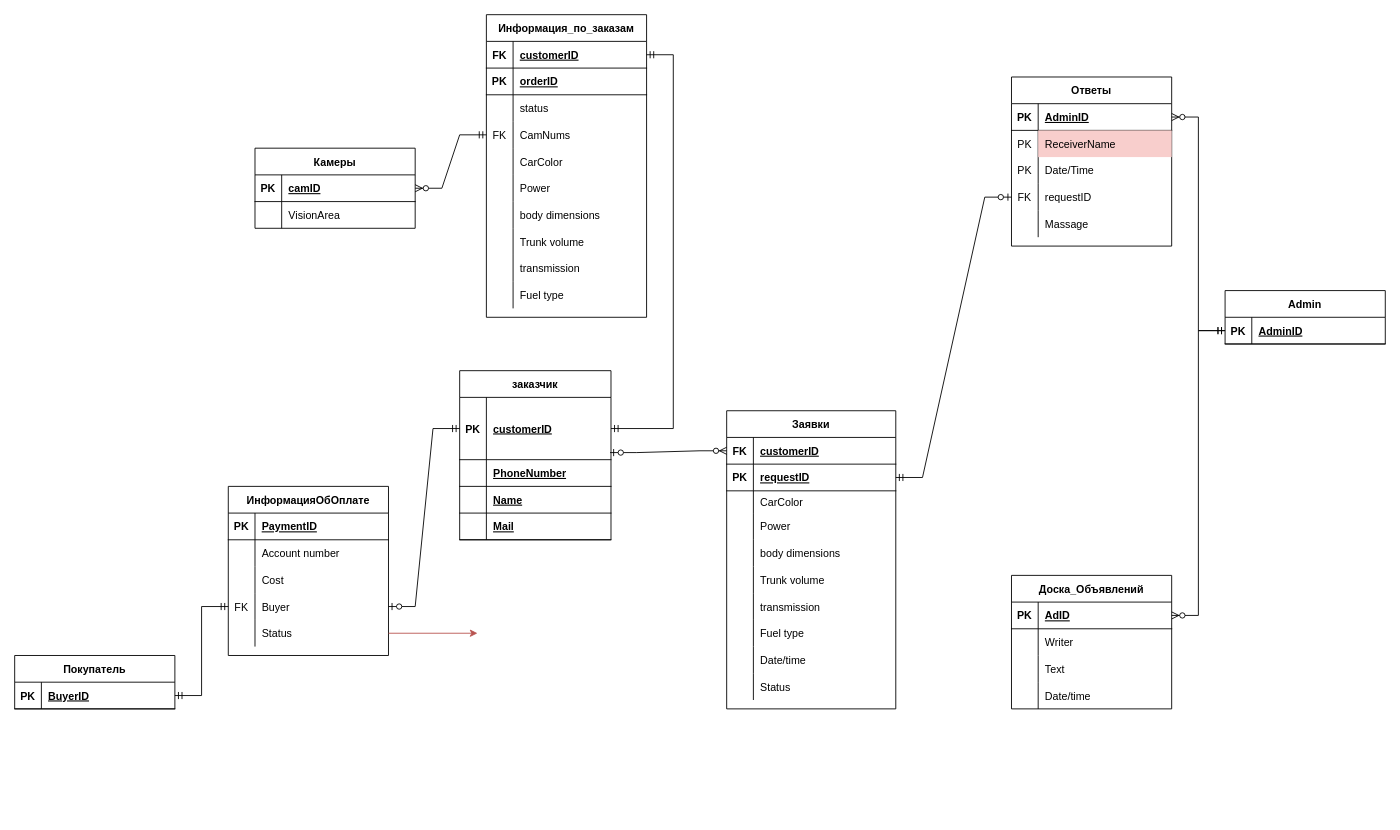
Earlier version of the draw.io diagram DIAGRAMS/ER.drawio (PashkoW/Repository1). Source tidied: cells renumbered, new cells numbered last; positions are measured from the earlier drawing's top-left corner, leaving out a move shared by most shapes. Both pictures are drawn from the tidied source at 89%, with x=0, y=0 at pixel (14, 14).
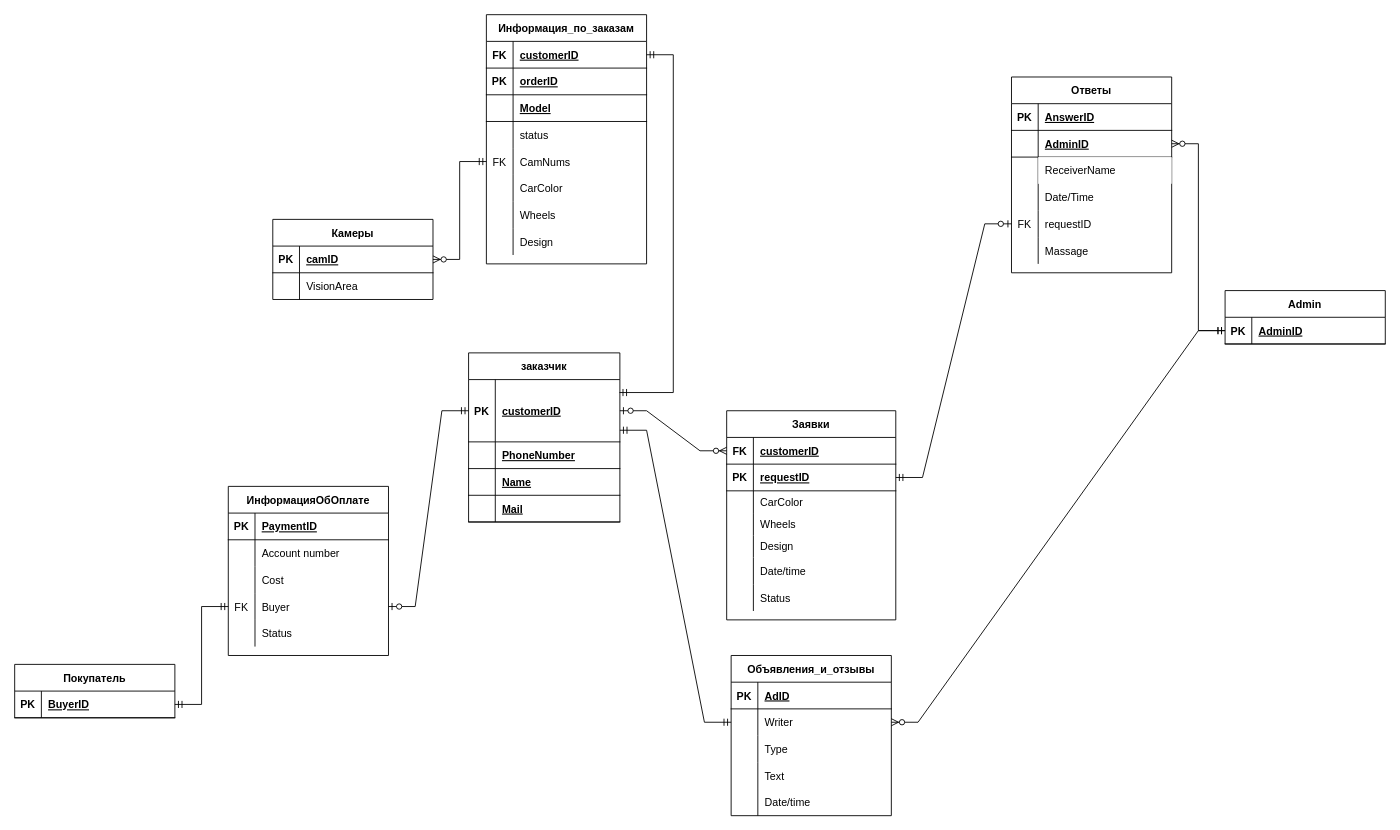
The same diagram, later.

Unchanged cells that the change refers to:
```xml
<mxCell id="3" style="shape=partialRectangle;fillColor=none;top=0;left=0;bottom=1;right=0;points=[[0,0.5],[1,0.5]];portConstraint=eastwest;" parent="2" vertex="1">
  <mxGeometry y="30" width="170" height="70" as="geometry" />
</mxCell>
<mxCell id="32" style="shape=partialRectangle;fillColor=none;top=0;left=0;bottom=1;right=0;points=[[0,0.5],[1,0.5]];portConstraint=eastwest;" parent="31" vertex="1">
  <mxGeometry y="30" width="180" height="30" as="geometry" />
</mxCell>
<mxCell id="50" style="shape=partialRectangle;fillColor=none;top=0;left=0;bottom=0;right=0;" parent="31" vertex="1">
  <mxGeometry y="210" width="180" height="30" as="geometry" />
</mxCell>
<mxCell id="53" style="shape=partialRectangle;fillColor=none;top=0;left=0;bottom=0;right=0;" parent="31" vertex="1">
  <mxGeometry y="240" width="180" height="30" as="geometry" />
</mxCell>
<mxCell id="63" style="shape=partialRectangle;fillColor=none;top=0;left=0;bottom=1;right=0;points=[[0,0.5],[1,0.5]];portConstraint=eastwest;" parent="62" vertex="1">
  <mxGeometry y="30" width="180" height="30" as="geometry" />
</mxCell>
<mxCell id="67" style="shape=partialRectangle;fillColor=none;top=0;left=0;bottom=1;right=0;points=[[0,0.5],[1,0.5]];portConstraint=eastwest;" parent="66" vertex="1">
  <mxGeometry y="30" width="180" height="30" as="geometry" />
</mxCell>
<mxCell id="70" style="shape=partialRectangle;fillColor=none;top=0;left=0;bottom=0;right=0;points=[[0,0.5],[1,0.5]];portConstraint=eastwest;" parent="66" vertex="1">
  <mxGeometry y="60" width="180" height="30" as="geometry" />
</mxCell>
<mxCell id="80" style="shape=partialRectangle;fillColor=none;top=0;left=0;bottom=1;right=0;points=[[0,0.5],[1,0.5]];portConstraint=eastwest;" parent="79" vertex="1">
  <mxGeometry y="30" width="190" height="30" as="geometry" />
</mxCell>
<mxCell id="123" style="shape=partialRectangle;fillColor=none;top=0;left=0;bottom=0;right=0;points=[[0,0.5],[1,0.5]];portConstraint=eastwest;" parent="110" vertex="1">
  <mxGeometry y="150" width="180" height="30" as="geometry" />
</mxCell>
```

What changed in the source:
```diff
@@
     <mxCell id="2" value="заказчик" style="shape=table;startSize=30;childLayout=tableLayout;rowLines=0;fontStyle=1;align=center;" parent="1" vertex="1">
-      <mxGeometry x="500" y="400" width="170" height="190" as="geometry" />
+      <mxGeometry x="510" y="380" width="170" height="190" as="geometry" />
     </mxCell>
@@
     <mxCell id="15" value="Ответы" style="shape=table;startSize=30;childLayout=tableLayout;rowLines=0;fontStyle=1;align=center;" parent="1" vertex="1">
-      <mxGeometry x="1120" y="70" width="180" height="190" as="geometry" />
+      <mxGeometry x="1120" y="70" width="180" height="220" as="geometry" />
     </mxCell>
+    <mxCell id="146" style="shape=partialRectangle;fillColor=none;top=0;left=0;bottom=1;right=0;" parent="15" vertex="1">
+      <mxGeometry y="30" width="180" height="30" as="geometry" />
+    </mxCell>
+    <mxCell id="147" value="PK" style="shape=partialRectangle;fillColor=none;top=0;left=0;bottom=0;right=0;fontStyle=1;overflow=hidden;" parent="146" vertex="1">
+      <mxGeometry width="30" height="30" as="geometry" />
+    </mxCell>
+    <mxCell id="148" value="AnswerID" style="shape=partialRectangle;fillColor=none;top=0;left=0;bottom=0;right=0;align=left;spacingLeft=6;fontStyle=5;overflow=hidden;" parent="146" vertex="1">
+      <mxGeometry x="30" width="150" height="30" as="geometry" />
+    </mxCell>
     <mxCell id="16" style="shape=partialRectangle;fillColor=none;top=0;left=0;bottom=1;right=0;points=[[0,0.5],[1,0.5]];portConstraint=eastwest;" parent="15" vertex="1">
-      <mxGeometry y="30" width="180" height="30" as="geometry" />
+      <mxGeometry y="60" width="180" height="30" as="geometry" />
     </mxCell>
-    <mxCell id="17" value="PK" style="shape=partialRectangle;fillColor=none;top=0;left=0;bottom=0;right=0;fontStyle=1;overflow=hidden;" parent="16" vertex="1">
+    <mxCell id="17" style="shape=partialRectangle;fillColor=none;top=0;left=0;bottom=0;right=0;fontStyle=1;overflow=hidden;" parent="16" vertex="1">
       <mxGeometry width="30" height="30" as="geometry" />
     </mxCell>
@@
     <mxCell id="19" style="shape=partialRectangle;fillColor=none;top=0;left=0;bottom=0;right=0;" parent="15" vertex="1">
-      <mxGeometry y="60" width="180" height="30" as="geometry" />
+      <mxGeometry y="90" width="180" height="30" as="geometry" />
     </mxCell>
-    <mxCell id="20" value="PK" style="shape=partialRectangle;fillColor=none;top=0;left=0;bottom=0;right=0;overflow=hidden;" parent="19" vertex="1">
+    <mxCell id="20" style="shape=partialRectangle;fillColor=none;top=0;left=0;bottom=0;right=0;overflow=hidden;" parent="19" vertex="1">
       <mxGeometry width="30" height="30" as="geometry" />
     </mxCell>
-    <mxCell id="21" value="ReceiverName" style="shape=partialRectangle;fillColor=#f8cecc;top=0;left=0;bottom=0;right=0;align=left;spacingLeft=6;overflow=hidden;strokeColor=#b85450;" parent="19" vertex="1">
+    <mxCell id="21" value="ReceiverName" style="shape=partialRectangle;top=0;left=0;bottom=0;right=0;align=left;spacingLeft=6;overflow=hidden;" parent="19" vertex="1">
       <mxGeometry x="30" width="150" height="30" as="geometry" />
     </mxCell>
     <mxCell id="22" style="shape=partialRectangle;fillColor=none;top=0;left=0;bottom=0;right=0;" parent="15" vertex="1">
-      <mxGeometry y="90" width="180" height="30" as="geometry" />
+      <mxGeometry y="120" width="180" height="30" as="geometry" />
     </mxCell>
-    <mxCell id="23" value="PK" style="shape=partialRectangle;fillColor=none;top=0;left=0;bottom=0;right=0;overflow=hidden;" parent="22" vertex="1">
+    <mxCell id="23" style="shape=partialRectangle;fillColor=none;top=0;left=0;bottom=0;right=0;overflow=hidden;" parent="22" vertex="1">
       <mxGeometry width="30" height="30" as="geometry" />
     </mxCell>
@@
     <mxCell id="25" style="shape=partialRectangle;fillColor=none;top=0;left=0;bottom=0;right=0;points=[[0,0.5],[1,0.5]];portConstraint=eastwest;" parent="15" vertex="1">
-      <mxGeometry y="120" width="180" height="30" as="geometry" />
+      <mxGeometry y="150" width="180" height="30" as="geometry" />
     </mxCell>
@@
     <mxCell id="28" style="shape=partialRectangle;fillColor=none;top=0;left=0;bottom=0;right=0;" parent="15" vertex="1">
-      <mxGeometry y="150" width="180" height="30" as="geometry" />
+      <mxGeometry y="180" width="180" height="30" as="geometry" />
     </mxCell>
@@
     <mxCell id="31" value="Информация_по_заказам" style="shape=table;startSize=30;childLayout=tableLayout;rowLines=0;fontStyle=1;align=center;" parent="1" vertex="1">
-      <mxGeometry x="530" width="180" height="340" as="geometry" />
+      <mxGeometry x="530" width="180" height="280" as="geometry" />
     </mxCell>
@@
+    <mxCell id="149" style="shape=partialRectangle;fillColor=none;top=0;left=0;bottom=1;right=0;" parent="31" vertex="1">
+      <mxGeometry y="90" width="180" height="30" as="geometry" />
+    </mxCell>
+    <mxCell id="150" style="shape=partialRectangle;fillColor=none;top=0;left=0;bottom=0;right=0;fontStyle=1;overflow=hidden;" parent="149" vertex="1">
+      <mxGeometry width="30" height="30" as="geometry" />
+    </mxCell>
+    <mxCell id="151" value="Model" style="shape=partialRectangle;fillColor=none;top=0;left=0;bottom=0;right=0;align=left;spacingLeft=6;fontStyle=5;overflow=hidden;" parent="149" vertex="1">
+      <mxGeometry x="30" width="150" height="30" as="geometry" />
+    </mxCell>
     <mxCell id="38" style="shape=partialRectangle;fillColor=none;top=0;left=0;bottom=0;right=0;" parent="31" vertex="1">
-      <mxGeometry y="90" width="180" height="30" as="geometry" />
+      <mxGeometry y="120" width="180" height="30" as="geometry" />
     </mxCell>
@@
     <mxCell id="41" style="shape=partialRectangle;fillColor=none;top=0;left=0;bottom=0;right=0;points=[[0,0.5],[1,0.5]];portConstraint=eastwest;" parent="31" vertex="1">
-      <mxGeometry y="120" width="180" height="30" as="geometry" />
+      <mxGeometry y="150" width="180" height="30" as="geometry" />
     </mxCell>
@@
     <mxCell id="44" style="shape=partialRectangle;fillColor=none;top=0;left=0;bottom=0;right=0;" parent="31" vertex="1">
-      <mxGeometry y="150" width="180" height="30" as="geometry" />
+      <mxGeometry y="180" width="180" height="30" as="geometry" />
     </mxCell>
@@
-    <mxCell id="47" style="shape=partialRectangle;fillColor=none;top=0;left=0;bottom=0;right=0;" parent="31" vertex="1">
-      <mxGeometry y="180" width="180" height="30" as="geometry" />
-    </mxCell>
-    <mxCell id="48" style="shape=partialRectangle;fillColor=none;top=0;left=0;bottom=0;right=0;overflow=hidden;" parent="47" vertex="1">
-      <mxGeometry width="30" height="30" as="geometry" />
-    </mxCell>
-    <mxCell id="49" value="Power" style="shape=partialRectangle;fillColor=none;top=0;left=0;bottom=0;right=0;align=left;spacingLeft=6;overflow=hidden;" parent="47" vertex="1">
-      <mxGeometry x="30" width="150" height="30" as="geometry" />
-    </mxCell>
@@
-    <mxCell id="51" style="shape=partialRectangle;fillColor=none;top=0;left=0;bottom=0;right=0;overflow=hidden;" parent="50" vertex="1">
-      <mxGeometry width="30" height="30" as="geometry" />
-    </mxCell>
-    <mxCell id="52" value="body dimensions" style="shape=partialRectangle;fillColor=none;top=0;left=0;bottom=0;right=0;align=left;spacingLeft=6;overflow=hidden;" parent="50" vertex="1">
-      <mxGeometry x="30" width="150" height="30" as="geometry" />
-    </mxCell>
+    <mxCell id="152" style="shape=partialRectangle;fillColor=none;top=0;left=0;bottom=0;right=0;overflow=hidden;" parent="50" vertex="1">
+      <mxGeometry width="30" height="30" as="geometry" />
+    </mxCell>
+    <mxCell id="153" value="Wheels" style="shape=partialRectangle;fillColor=none;top=0;left=0;bottom=0;right=0;align=left;spacingLeft=6;overflow=hidden;" parent="50" vertex="1">
+      <mxGeometry x="30" width="150" height="30" as="geometry" />
+    </mxCell>
@@
-    <mxCell id="54" style="shape=partialRectangle;fillColor=none;top=0;left=0;bottom=0;right=0;overflow=hidden;" parent="53" vertex="1">
-      <mxGeometry width="30" height="30" as="geometry" />
-    </mxCell>
-    <mxCell id="55" value="Trunk volume" style="shape=partialRectangle;fillColor=none;top=0;left=0;bottom=0;right=0;align=left;spacingLeft=6;overflow=hidden;" parent="53" vertex="1">
-      <mxGeometry x="30" width="150" height="30" as="geometry" />
-    </mxCell>
-    <mxCell id="56" style="shape=partialRectangle;fillColor=none;top=0;left=0;bottom=0;right=0;" parent="31" vertex="1">
-      <mxGeometry y="270" width="180" height="30" as="geometry" />
-    </mxCell>
-    <mxCell id="57" style="shape=partialRectangle;fillColor=none;top=0;left=0;bottom=0;right=0;overflow=hidden;" parent="56" vertex="1">
-      <mxGeometry width="30" height="30" as="geometry" />
-    </mxCell>
-    <mxCell id="58" value="transmission" style="shape=partialRectangle;fillColor=none;top=0;left=0;bottom=0;right=0;align=left;spacingLeft=6;overflow=hidden;" parent="56" vertex="1">
-      <mxGeometry x="30" width="150" height="30" as="geometry" />
-    </mxCell>
-    <mxCell id="59" style="shape=partialRectangle;fillColor=none;top=0;left=0;bottom=0;right=0;" parent="31" vertex="1">
-      <mxGeometry y="300" width="180" height="30" as="geometry" />
-    </mxCell>
-    <mxCell id="60" style="shape=partialRectangle;fillColor=none;top=0;left=0;bottom=0;right=0;overflow=hidden;" parent="59" vertex="1">
-      <mxGeometry width="30" height="30" as="geometry" />
-    </mxCell>
-    <mxCell id="61" value="Fuel type" style="shape=partialRectangle;fillColor=none;top=0;left=0;bottom=0;right=0;align=left;spacingLeft=6;overflow=hidden;" parent="59" vertex="1">
-      <mxGeometry x="30" width="150" height="30" as="geometry" />
-    </mxCell>
+    <mxCell id="154" style="shape=partialRectangle;fillColor=none;top=0;left=0;bottom=0;right=0;overflow=hidden;" parent="53" vertex="1">
+      <mxGeometry width="30" height="30" as="geometry" />
+    </mxCell>
+    <mxCell id="155" value="Design" style="shape=partialRectangle;fillColor=none;top=0;left=0;bottom=0;right=0;align=left;spacingLeft=6;overflow=hidden;" parent="53" vertex="1">
+      <mxGeometry x="30" width="150" height="30" as="geometry" />
+    </mxCell>
@@
-    <mxCell id="66" value="Доска_Объявлений" style="shape=table;startSize=30;childLayout=tableLayout;rowLines=0;fontStyle=1;align=center;" parent="1" vertex="1">
-      <mxGeometry x="1120" y="630" width="180" height="150" as="geometry" />
+    <mxCell id="66" value="Объявления_и_отзывы" style="shape=table;startSize=30;childLayout=tableLayout;rowLines=0;fontStyle=1;align=center;" parent="1" vertex="1">
+      <mxGeometry x="805" y="720" width="180" height="180" as="geometry" />
     </mxCell>
@@
+    <mxCell id="156" style="shape=partialRectangle;fillColor=none;top=0;left=0;bottom=0;right=0;" parent="66" vertex="1">
+      <mxGeometry y="90" width="180" height="30" as="geometry" />
+    </mxCell>
+    <mxCell id="157" style="shape=partialRectangle;fillColor=none;top=0;left=0;bottom=0;right=0;overflow=hidden;" parent="156" vertex="1">
+      <mxGeometry width="30" height="30" as="geometry" />
+    </mxCell>
+    <mxCell id="158" value="Type" style="shape=partialRectangle;fillColor=none;top=0;left=0;bottom=0;right=0;align=left;spacingLeft=6;overflow=hidden;" parent="156" vertex="1">
+      <mxGeometry x="30" width="150" height="30" as="geometry" />
+    </mxCell>
     <mxCell id="73" style="shape=partialRectangle;fillColor=none;top=0;left=0;bottom=0;right=0;" parent="66" vertex="1">
-      <mxGeometry y="90" width="180" height="30" as="geometry" />
+      <mxGeometry y="120" width="180" height="30" as="geometry" />
     </mxCell>
@@
     <mxCell id="76" style="shape=partialRectangle;fillColor=none;top=0;left=0;bottom=0;right=0;" parent="66" vertex="1">
-      <mxGeometry y="120" width="180" height="30" as="geometry" />
+      <mxGeometry y="150" width="180" height="30" as="geometry" />
     </mxCell>
@@
     <mxCell id="79" value="Заявки" style="shape=table;startSize=30;childLayout=tableLayout;rowLines=0;fontStyle=1;align=center;" parent="1" vertex="1">
-      <mxGeometry x="800" y="445" width="190" height="335" as="geometry" />
+      <mxGeometry x="800" y="445" width="190" height="235" as="geometry" />
     </mxCell>
@@
-    <mxCell id="89" style="shape=partialRectangle;fillColor=none;top=0;left=0;bottom=0;right=0;" parent="79" vertex="1">
-      <mxGeometry y="115" width="190" height="30" as="geometry" />
-    </mxCell>
-    <mxCell id="90" style="shape=partialRectangle;fillColor=none;top=0;left=0;bottom=0;right=0;overflow=hidden;" parent="89" vertex="1">
-      <mxGeometry width="30" height="30" as="geometry" />
-    </mxCell>
-    <mxCell id="91" value="Power" style="shape=partialRectangle;fillColor=none;top=0;left=0;bottom=0;right=0;align=left;spacingLeft=6;overflow=hidden;" parent="89" vertex="1">
-      <mxGeometry x="30" width="160" height="30" as="geometry" />
-    </mxCell>
-    <mxCell id="92" style="shape=partialRectangle;fillColor=none;top=0;left=0;bottom=0;right=0;" parent="79" vertex="1">
-      <mxGeometry y="145" width="190" height="30" as="geometry" />
-    </mxCell>
-    <mxCell id="93" style="shape=partialRectangle;fillColor=none;top=0;left=0;bottom=0;right=0;overflow=hidden;" parent="92" vertex="1">
-      <mxGeometry width="30" height="30" as="geometry" />
-    </mxCell>
-    <mxCell id="94" value="body dimensions" style="shape=partialRectangle;fillColor=none;top=0;left=0;bottom=0;right=0;align=left;spacingLeft=6;overflow=hidden;" parent="92" vertex="1">
-      <mxGeometry x="30" width="160" height="30" as="geometry" />
-    </mxCell>
-    <mxCell id="95" style="shape=partialRectangle;fillColor=none;top=0;left=0;bottom=0;right=0;" parent="79" vertex="1">
-      <mxGeometry y="175" width="190" height="30" as="geometry" />
-    </mxCell>
-    <mxCell id="96" style="shape=partialRectangle;fillColor=none;top=0;left=0;bottom=0;right=0;overflow=hidden;" parent="95" vertex="1">
-      <mxGeometry width="30" height="30" as="geometry" />
-    </mxCell>
-    <mxCell id="97" value="Trunk volume" style="shape=partialRectangle;fillColor=none;top=0;left=0;bottom=0;right=0;align=left;spacingLeft=6;overflow=hidden;" parent="95" vertex="1">
-      <mxGeometry x="30" width="160" height="30" as="geometry" />
-    </mxCell>
-    <mxCell id="98" style="shape=partialRectangle;fillColor=none;top=0;left=0;bottom=0;right=0;" parent="79" vertex="1">
-      <mxGeometry y="205" width="190" height="30" as="geometry" />
-    </mxCell>
-    <mxCell id="99" style="shape=partialRectangle;fillColor=none;top=0;left=0;bottom=0;right=0;overflow=hidden;" parent="98" vertex="1">
-      <mxGeometry width="30" height="30" as="geometry" />
-    </mxCell>
-    <mxCell id="100" value="transmission" style="shape=partialRectangle;fillColor=none;top=0;left=0;bottom=0;right=0;align=left;spacingLeft=6;overflow=hidden;" parent="98" vertex="1">
-      <mxGeometry x="30" width="160" height="30" as="geometry" />
-    </mxCell>
-    <mxCell id="101" style="shape=partialRectangle;fillColor=none;top=0;left=0;bottom=0;right=0;" parent="79" vertex="1">
-      <mxGeometry y="235" width="190" height="30" as="geometry" />
-    </mxCell>
-    <mxCell id="102" style="shape=partialRectangle;fillColor=none;top=0;left=0;bottom=0;right=0;overflow=hidden;" parent="101" vertex="1">
-      <mxGeometry width="30" height="30" as="geometry" />
-    </mxCell>
-    <mxCell id="103" value="Fuel type" style="shape=partialRectangle;fillColor=none;top=0;left=0;bottom=0;right=0;align=left;spacingLeft=6;overflow=hidden;" parent="101" vertex="1">
-      <mxGeometry x="30" width="160" height="30" as="geometry" />
-    </mxCell>
+    <mxCell id="159" style="shape=partialRectangle;fillColor=none;top=0;left=0;bottom=0;right=0;" parent="79" vertex="1">
+      <mxGeometry y="115" width="190" height="25" as="geometry" />
+    </mxCell>
+    <mxCell id="160" style="shape=partialRectangle;fillColor=none;top=0;left=0;bottom=0;right=0;overflow=hidden;" parent="159" vertex="1">
+      <mxGeometry width="30" height="25" as="geometry" />
+    </mxCell>
+    <mxCell id="161" value="Wheels" style="shape=partialRectangle;fillColor=none;top=0;left=0;bottom=0;right=0;align=left;spacingLeft=6;overflow=hidden;" parent="159" vertex="1">
+      <mxGeometry x="30" width="160" height="25" as="geometry" />
+    </mxCell>
+    <mxCell id="162" style="shape=partialRectangle;fillColor=none;top=0;left=0;bottom=0;right=0;" parent="79" vertex="1">
+      <mxGeometry y="140" width="190" height="25" as="geometry" />
+    </mxCell>
+    <mxCell id="163" style="shape=partialRectangle;fillColor=none;top=0;left=0;bottom=0;right=0;overflow=hidden;" parent="162" vertex="1">
+      <mxGeometry width="30" height="25" as="geometry" />
+    </mxCell>
+    <mxCell id="164" value="Design" style="shape=partialRectangle;fillColor=none;top=0;left=0;bottom=0;right=0;align=left;spacingLeft=6;overflow=hidden;" parent="162" vertex="1">
+      <mxGeometry x="30" width="160" height="25" as="geometry" />
+    </mxCell>
     <mxCell id="104" style="shape=partialRectangle;fillColor=none;top=0;left=0;bottom=0;right=0;" parent="79" vertex="1">
-      <mxGeometry y="265" width="190" height="30" as="geometry" />
+      <mxGeometry y="165" width="190" height="30" as="geometry" />
     </mxCell>
@@
     <mxCell id="107" style="shape=partialRectangle;fillColor=none;top=0;left=0;bottom=0;right=0;" parent="79" vertex="1">
-      <mxGeometry y="295" width="190" height="30" as="geometry" />
+      <mxGeometry y="195" width="190" height="30" as="geometry" />
     </mxCell>
@@
     <mxCell id="126" value="Камеры" style="shape=table;startSize=30;childLayout=tableLayout;rowLines=0;fontStyle=1;align=center;" parent="1" vertex="1">
-      <mxGeometry x="270" y="150" width="180" height="90" as="geometry" />
+      <mxGeometry x="290" y="230" width="180" height="90" as="geometry" />
     </mxCell>
@@
     <mxCell id="133" value="Покупатель" style="shape=table;startSize=30;childLayout=tableLayout;rowLines=0;fontStyle=1;align=center;" parent="1" vertex="1">
-      <mxGeometry y="720" width="180" height="60" as="geometry" />
+      <mxGeometry y="730" width="180" height="60" as="geometry" />
     </mxCell>
@@
-    <mxCell id="140" style="edgeStyle=entityRelationEdgeStyle;fontSize=12;html=1;endArrow=ERzeroToMany;startArrow=ERzeroToOne;rounded=0;exitX=0.994;exitY=0.886;exitDx=0;exitDy=0;exitPerimeter=0;" parent="1" edge="1" source="3" target="80">
+    <mxCell id="140" style="edgeStyle=entityRelationEdgeStyle;fontSize=12;html=1;endArrow=ERzeroToMany;startArrow=ERzeroToOne;rounded=0;" parent="1" edge="1" source="3" target="80">
       <mxGeometry relative="1" as="geometry" />
     </mxCell>
@@
-    <mxCell id="142" style="edgeStyle=entityRelationEdgeStyle;fontSize=12;html=1;endArrow=ERmandOne;startArrow=ERmandOne;rounded=0;" parent="1" edge="1" source="3" target="32">
+    <mxCell id="142" style="edgeStyle=entityRelationEdgeStyle;fontSize=12;html=1;endArrow=ERmandOne;startArrow=ERmandOne;rounded=0;exitX=0.997;exitY=0.208;exitDx=0;exitDy=0;exitPerimeter=0;" parent="1" edge="1" source="3" target="32">
       <mxGeometry relative="1" as="geometry" />
     </mxCell>
@@
-    <mxCell id="144" style="edgeStyle=entityRelationEdgeStyle;fontSize=12;html=1;endArrow=ERzeroToMany;startArrow=ERmandOne;rounded=0;entryX=1;entryY=0.5;entryDx=0;entryDy=0;" parent="1" edge="1" source="63" target="67">
+    <mxCell id="144" style="edgeStyle=entityRelationEdgeStyle;fontSize=12;html=1;endArrow=ERzeroToMany;startArrow=ERmandOne;rounded=0;" parent="1" edge="1" source="63" target="70">
       <mxGeometry relative="1" as="geometry" />
     </mxCell>
-    <mxCell id="145" style="edgeStyle=orthogonalEdgeStyle;rounded=0;jettySize=auto;html=1;fillColor=#f8cecc;strokeColor=#b85450;" parent="1" edge="1" source="123">
-      <mxGeometry relative="1" as="geometry">
-        <mxPoint x="520" y="695" as="targetPoint" />
-      </mxGeometry>
-    </mxCell>
+    <mxCell id="165" style="edgeStyle=entityRelationEdgeStyle;fontSize=12;html=1;endArrow=ERmandOne;startArrow=ERmandOne;rounded=0;exitX=0;exitY=0.5;exitDx=0;exitDy=0;entryX=1;entryY=0.813;entryDx=0;entryDy=0;entryPerimeter=0;" parent="1" edge="1" source="70" target="3">
+      <mxGeometry relative="1" as="geometry" />
+    </mxCell>
```
